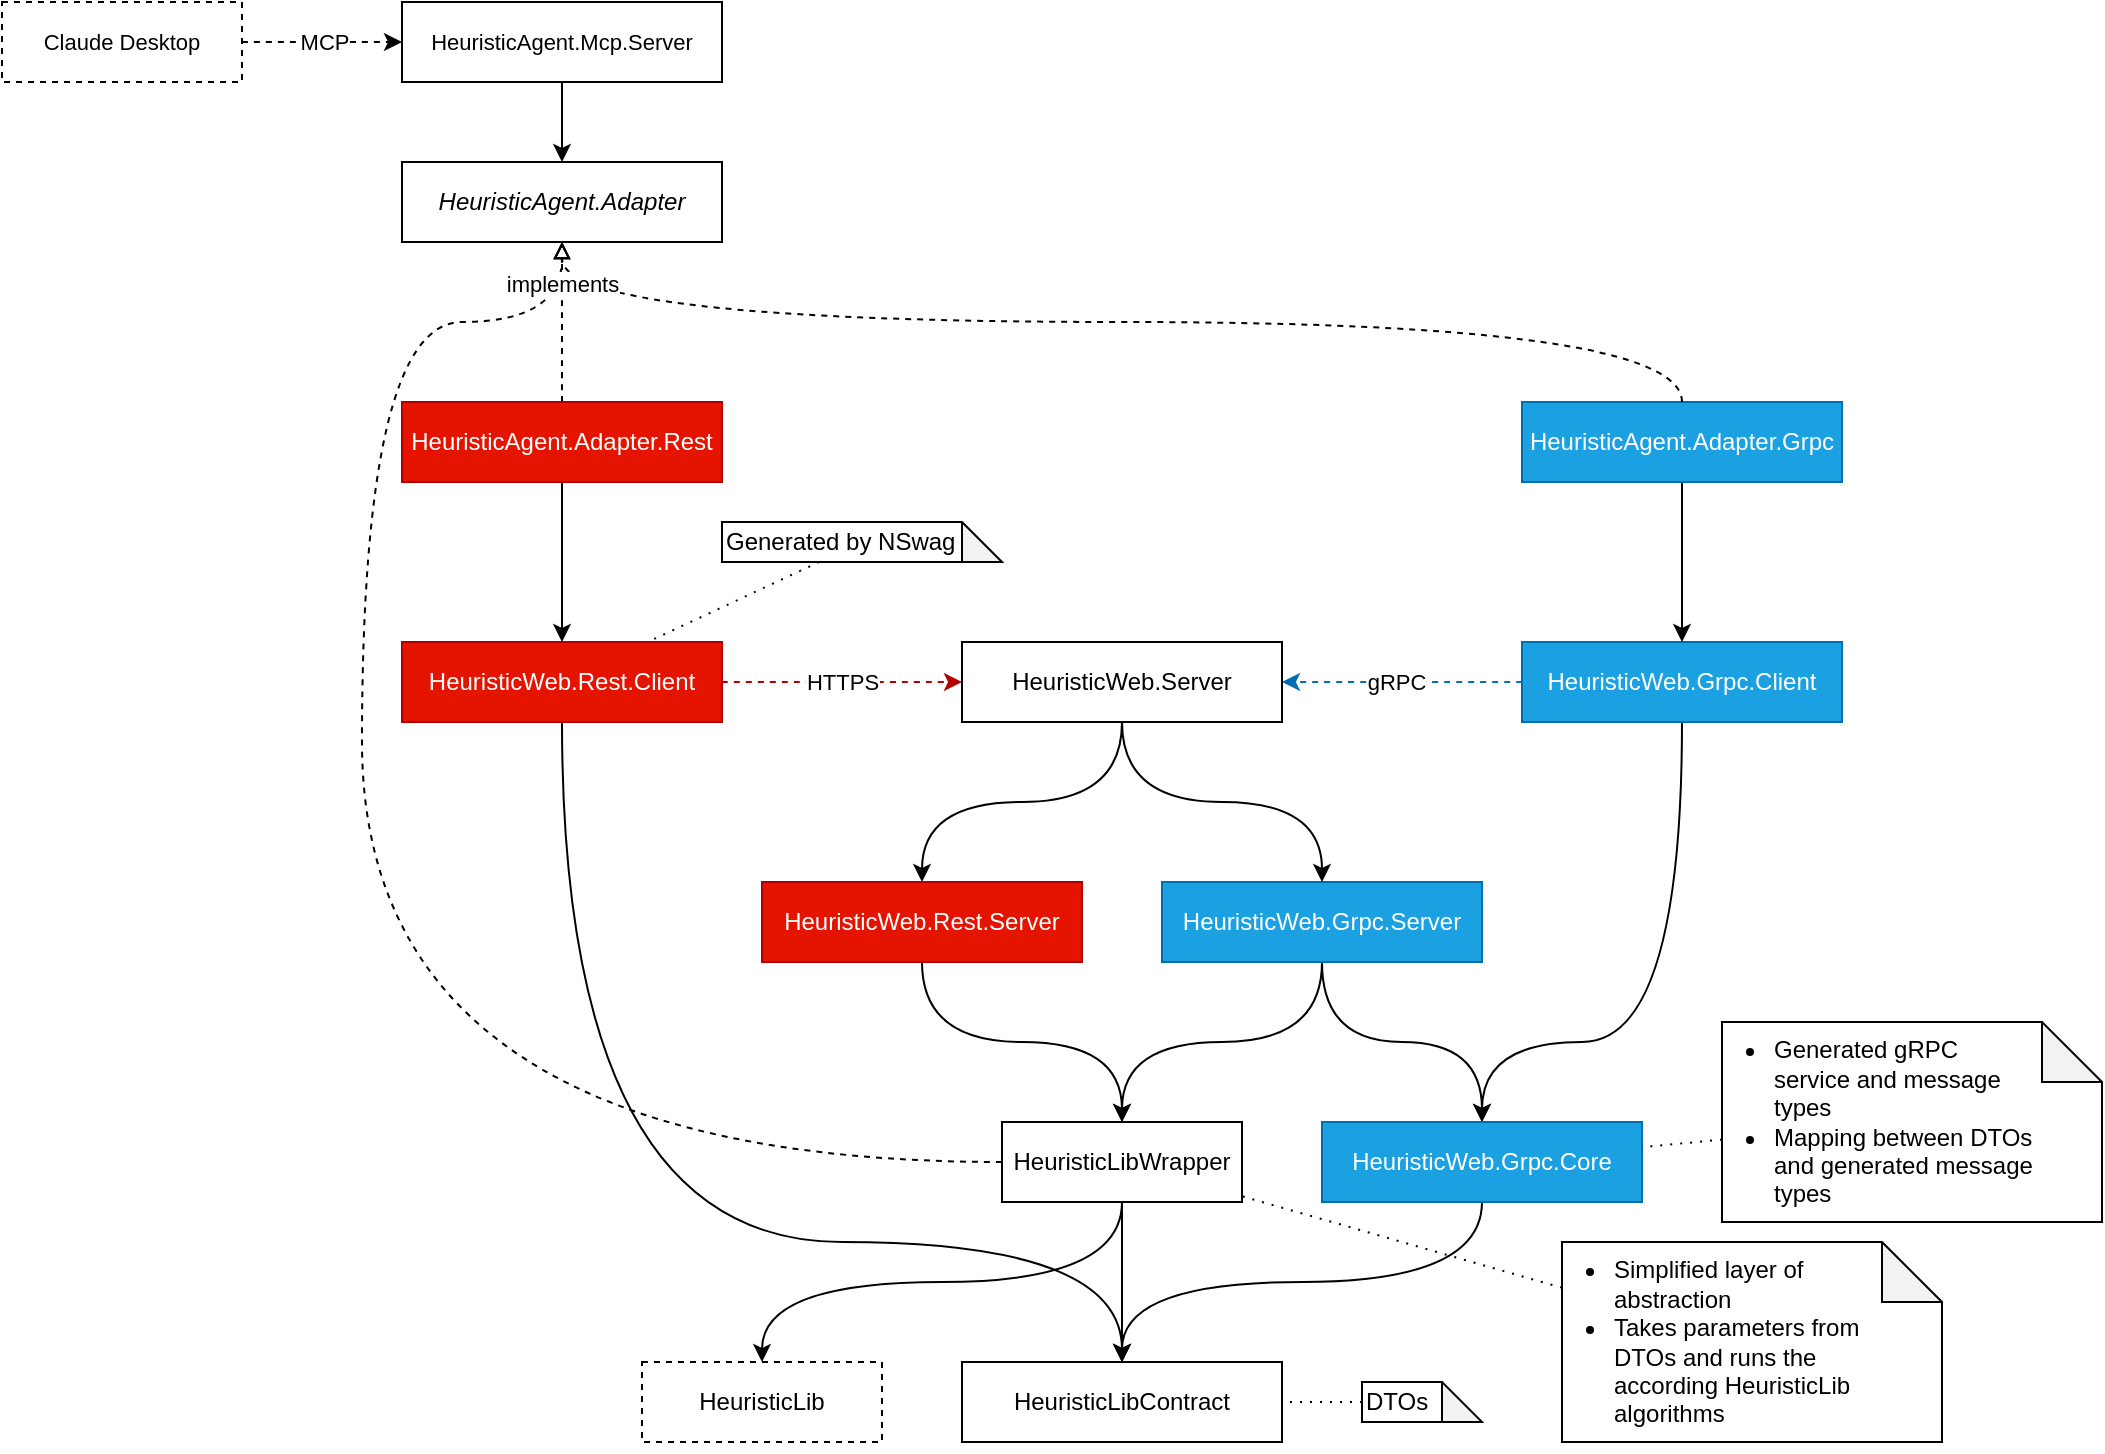
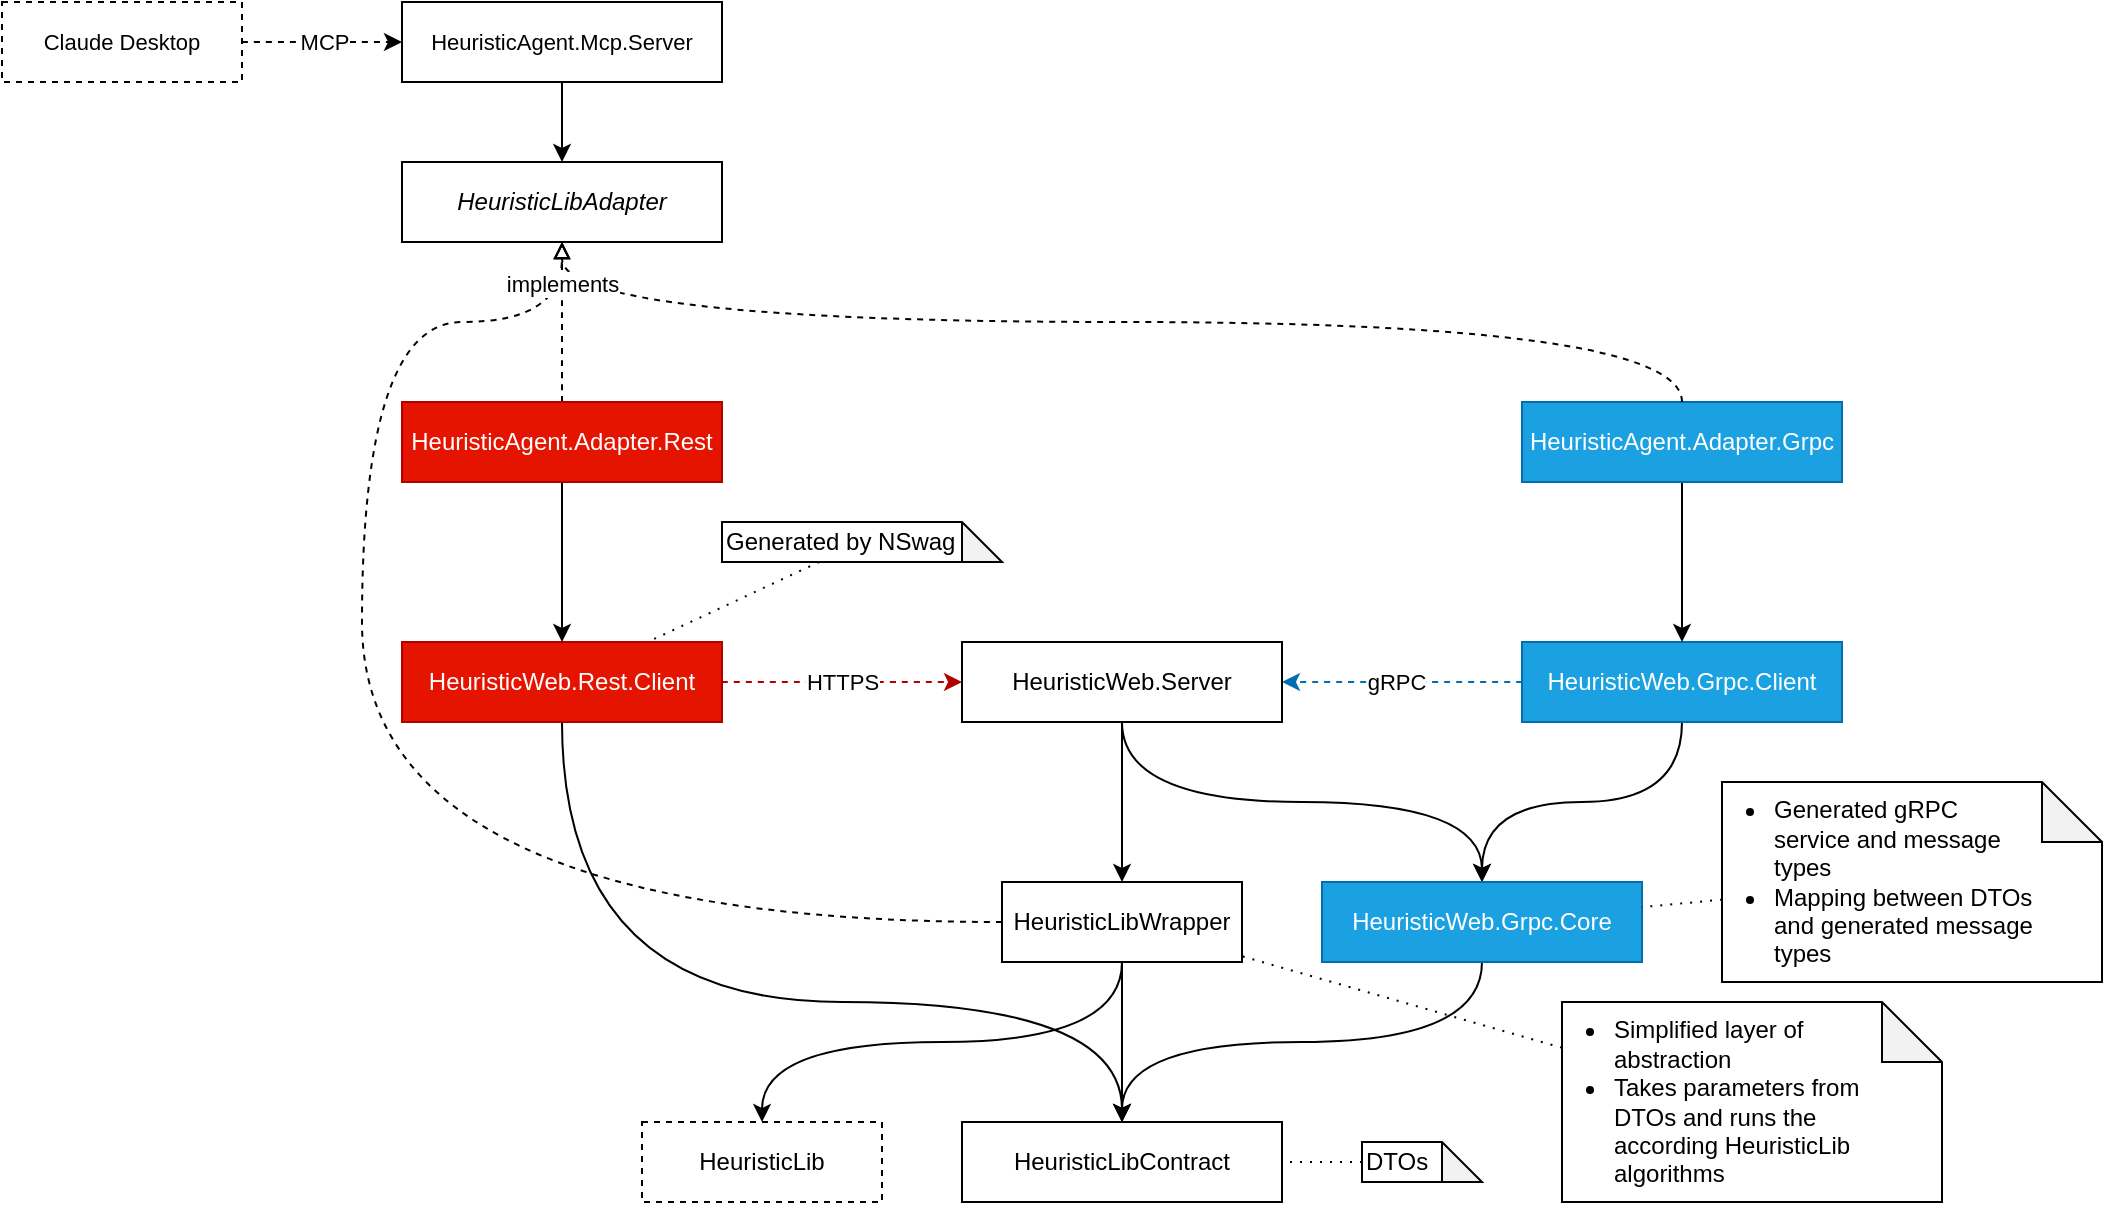
<mxfile host="Electron" agent="Mozilla/5.0 (Windows NT 10.0; Win64; x64) AppleWebKit/537.36 (KHTML, like Gecko) draw.io/29.6.6 Chrome/144.0.7559.236 Electron/40.8.4 Safari/537.36">
  <diagram name="Page-1" id="JLSE3i9ljjVaqQMjvNYt">
-     <mxGraphModel dx="1928" dy="1143" grid="1" gridSize="10" guides="1" tooltips="1" connect="1" arrows="1" fold="1" page="1" pageScale="1" pageWidth="827" pageHeight="1169" math="0" shadow="0">
+     <mxGraphModel dx="1623" dy="962" grid="1" gridSize="10" guides="1" tooltips="1" connect="1" arrows="1" fold="1" page="1" pageScale="1" pageWidth="827" pageHeight="1169" math="0" shadow="0">
      <root>
        <mxCell id="0" />
        <mxCell id="1" parent="0" />
        <mxCell id="U6VQVOgnXjNktFXU_cLZ-6" edge="1" parent="1" source="nvZTl8ImIJQlS8uFXL_u-32" style="edgeStyle=orthogonalEdgeStyle;rounded=0;orthogonalLoop=1;jettySize=auto;html=1;curved=1;exitX=0.5;exitY=1;exitDx=0;exitDy=0;entryX=0.5;entryY=0;entryDx=0;entryDy=0;" target="nvZTl8ImIJQlS8uFXL_u-36">
          <mxGeometry relative="1" as="geometry" />
        </mxCell>
        <mxCell id="U6VQVOgnXjNktFXU_cLZ-65" edge="1" parent="1" source="nvZTl8ImIJQlS8uFXL_u-32" style="edgeStyle=orthogonalEdgeStyle;shape=connector;curved=1;rounded=0;orthogonalLoop=1;jettySize=auto;html=1;exitX=0.5;exitY=1;exitDx=0;exitDy=0;entryX=0.5;entryY=0;entryDx=0;entryDy=0;strokeColor=default;align=center;verticalAlign=middle;fontFamily=Helvetica;fontSize=11;fontColor=default;labelBackgroundColor=default;endArrow=classic;" target="nvZTl8ImIJQlS8uFXL_u-33">
          <mxGeometry relative="1" as="geometry" />
        </mxCell>
        <mxCell id="nvZTl8ImIJQlS8uFXL_u-32" parent="1" style="rounded=0;whiteSpace=wrap;html=1;fillColor=default;" value="HeuristicLibWrapper" vertex="1">
-           <mxGeometry height="40" width="120" x="540" y="600" as="geometry" />
+           <mxGeometry height="40" width="120" x="540" y="480" as="geometry" />
        </mxCell>
        <mxCell id="oGgYLiFTZUMsgBvUWQYo-2" edge="1" parent="1" source="nvZTl8ImIJQlS8uFXL_u-32" style="edgeStyle=orthogonalEdgeStyle;shape=connector;curved=1;rounded=0;orthogonalLoop=1;jettySize=auto;html=1;exitX=0;exitY=0.5;exitDx=0;exitDy=0;entryX=0.5;entryY=1;entryDx=0;entryDy=0;dashed=1;strokeColor=default;align=center;verticalAlign=middle;fontFamily=Helvetica;fontSize=11;fontColor=default;labelBackgroundColor=default;endArrow=block;endFill=0;" target="U6VQVOgnXjNktFXU_cLZ-27">
          <mxGeometry relative="1" as="geometry">
            <Array as="points">
-               <mxPoint x="220" y="620" />
+               <mxPoint x="220" y="500" />
              <mxPoint x="220" y="200" />
              <mxPoint x="320" y="200" />
            </Array>
          </mxGeometry>
        </mxCell>
        <mxCell id="nvZTl8ImIJQlS8uFXL_u-33" parent="1" style="rounded=0;whiteSpace=wrap;html=1;fillColor=default;dashed=1;" value="HeuristicLib" vertex="1">
-           <mxGeometry height="40" width="120" x="360" y="720" as="geometry" />
+           <mxGeometry height="40" width="120" x="360" y="600" as="geometry" />
        </mxCell>
        <mxCell id="nvZTl8ImIJQlS8uFXL_u-36" parent="1" style="rounded=0;whiteSpace=wrap;html=1;fillColor=default;" value="HeuristicLibContract" vertex="1">
-           <mxGeometry height="40" width="160" x="520" y="720" as="geometry" />
+           <mxGeometry height="40" width="160" x="520" y="600" as="geometry" />
        </mxCell>
        <mxCell id="U6VQVOgnXjNktFXU_cLZ-60" edge="1" parent="1" source="nvZTl8ImIJQlS8uFXL_u-40" style="edgeStyle=orthogonalEdgeStyle;shape=connector;curved=1;rounded=0;orthogonalLoop=1;jettySize=auto;html=1;dashed=1;strokeColor=#006EAF;align=center;verticalAlign=middle;fontFamily=Helvetica;fontSize=11;fontColor=default;labelBackgroundColor=default;endArrow=classic;endFill=1;fillColor=#1ba1e2;" target="U6VQVOgnXjNktFXU_cLZ-14">
          <mxGeometry relative="1" as="geometry" />
        </mxCell>
        <mxCell id="U6VQVOgnXjNktFXU_cLZ-61" connectable="0" parent="U6VQVOgnXjNktFXU_cLZ-60" style="edgeLabel;html=1;align=center;verticalAlign=middle;resizable=0;points=[];fontFamily=Helvetica;fontSize=11;fontColor=default;labelBackgroundColor=default;" value="gRPC" vertex="1">
          <mxGeometry relative="1" x="0.0071" as="geometry">
            <mxPoint x="-3" as="offset" />
          </mxGeometry>
        </mxCell>
-         <mxCell id="U6VQVOgnXjNktFXU_cLZ-70" edge="1" parent="1" source="nvZTl8ImIJQlS8uFXL_u-40" style="edgeStyle=orthogonalEdgeStyle;shape=connector;curved=1;rounded=0;orthogonalLoop=1;jettySize=auto;html=1;exitX=0.5;exitY=1;exitDx=0;exitDy=0;entryX=0.5;entryY=0;entryDx=0;entryDy=0;strokeColor=default;align=center;verticalAlign=middle;fontFamily=Helvetica;fontSize=11;fontColor=default;labelBackgroundColor=default;endArrow=classic;" target="U6VQVOgnXjNktFXU_cLZ-2">
-           <mxGeometry relative="1" as="geometry">
-             <Array as="points">
-               <mxPoint x="880" y="560" />
-               <mxPoint x="780" y="560" />
-             </Array>
-           </mxGeometry>
+         <mxCell id="oGgYLiFTZUMsgBvUWQYo-3" edge="1" parent="1" source="nvZTl8ImIJQlS8uFXL_u-40" style="edgeStyle=orthogonalEdgeStyle;shape=connector;curved=1;rounded=0;orthogonalLoop=1;jettySize=auto;html=1;exitX=0.5;exitY=1;exitDx=0;exitDy=0;entryX=0.5;entryY=0;entryDx=0;entryDy=0;strokeColor=default;align=center;verticalAlign=middle;fontFamily=Helvetica;fontSize=11;fontColor=default;labelBackgroundColor=default;endArrow=classic;" target="U6VQVOgnXjNktFXU_cLZ-2">
+           <mxGeometry relative="1" as="geometry" />
        </mxCell>
        <mxCell id="nvZTl8ImIJQlS8uFXL_u-40" parent="1" style="rounded=0;whiteSpace=wrap;html=1;fillColor=#1ba1e2;fontColor=#ffffff;strokeColor=#006EAF;" value="HeuristicWeb.Grpc.Client" vertex="1">
          <mxGeometry height="40" width="160" x="800" y="360" as="geometry" />
        </mxCell>
-         <mxCell id="U6VQVOgnXjNktFXU_cLZ-4" edge="1" parent="1" source="U6VQVOgnXjNktFXU_cLZ-1" style="edgeStyle=orthogonalEdgeStyle;rounded=0;orthogonalLoop=1;jettySize=auto;html=1;curved=1;entryX=0.5;entryY=0;entryDx=0;entryDy=0;exitX=0.5;exitY=1;exitDx=0;exitDy=0;" target="U6VQVOgnXjNktFXU_cLZ-2">
-           <mxGeometry relative="1" as="geometry" />
-         </mxCell>
-         <mxCell id="U6VQVOgnXjNktFXU_cLZ-13" edge="1" parent="1" source="U6VQVOgnXjNktFXU_cLZ-1" style="edgeStyle=orthogonalEdgeStyle;rounded=0;orthogonalLoop=1;jettySize=auto;html=1;curved=1;exitX=0.5;exitY=1;exitDx=0;exitDy=0;entryX=0.5;entryY=0;entryDx=0;entryDy=0;" target="nvZTl8ImIJQlS8uFXL_u-32">
-           <mxGeometry relative="1" as="geometry" />
-         </mxCell>
-         <mxCell id="U6VQVOgnXjNktFXU_cLZ-1" parent="1" style="rounded=0;whiteSpace=wrap;html=1;fillColor=#1ba1e2;fontColor=#ffffff;strokeColor=#006EAF;" value="HeuristicWeb.Grpc.Server" vertex="1">
-           <mxGeometry height="40" width="160" x="620" y="480" as="geometry" />
+         <mxCell id="U6VQVOgnXjNktFXU_cLZ-4" edge="1" parent="1" source="U6VQVOgnXjNktFXU_cLZ-14" style="edgeStyle=orthogonalEdgeStyle;rounded=0;orthogonalLoop=1;jettySize=auto;html=1;curved=1;entryX=0.5;entryY=0;entryDx=0;entryDy=0;exitX=0.5;exitY=1;exitDx=0;exitDy=0;" target="U6VQVOgnXjNktFXU_cLZ-2">
+           <mxGeometry relative="1" as="geometry">
+             <mxPoint x="700" y="520" as="sourcePoint" />
+           </mxGeometry>
        </mxCell>
        <mxCell id="U6VQVOgnXjNktFXU_cLZ-3" edge="1" parent="1" source="U6VQVOgnXjNktFXU_cLZ-2" style="edgeStyle=orthogonalEdgeStyle;rounded=0;orthogonalLoop=1;jettySize=auto;html=1;curved=1;exitX=0.5;exitY=1;exitDx=0;exitDy=0;entryX=0.5;entryY=0;entryDx=0;entryDy=0;" target="nvZTl8ImIJQlS8uFXL_u-36">
          <mxGeometry relative="1" as="geometry" />
        </mxCell>
        <mxCell id="U6VQVOgnXjNktFXU_cLZ-2" parent="1" style="rounded=0;whiteSpace=wrap;html=1;fillColor=#1ba1e2;fontColor=#ffffff;strokeColor=#006EAF;" value="HeuristicWeb.Grpc.Core" vertex="1">
-           <mxGeometry height="40" width="160" x="700" y="600" as="geometry" />
+           <mxGeometry height="40" width="160" x="700" y="480" as="geometry" />
        </mxCell>
        <mxCell id="U6VQVOgnXjNktFXU_cLZ-8" edge="1" parent="1" source="U6VQVOgnXjNktFXU_cLZ-7" style="rounded=0;orthogonalLoop=1;jettySize=auto;html=1;endArrow=none;endFill=0;dashed=1;dashPattern=1 4;" target="U6VQVOgnXjNktFXU_cLZ-2">
          <mxGeometry relative="1" as="geometry" />
        </mxCell>
        <mxCell id="U6VQVOgnXjNktFXU_cLZ-7" parent="1" style="shape=note;whiteSpace=wrap;html=1;backgroundOutline=1;darkOpacity=0.05;align=left;spacingLeft=-16;spacingRight=32;" value="&lt;ul&gt;&lt;li&gt;Generated gRPC service and message types&lt;/li&gt;&lt;li&gt;Mapping between DTOs and generated message types&lt;/li&gt;&lt;/ul&gt;" vertex="1">
-           <mxGeometry height="100" width="190" x="900" y="550" as="geometry" />
+           <mxGeometry height="100" width="190" x="900" y="430" as="geometry" />
        </mxCell>
        <mxCell id="U6VQVOgnXjNktFXU_cLZ-10" edge="1" parent="1" source="U6VQVOgnXjNktFXU_cLZ-9" style="rounded=0;orthogonalLoop=1;jettySize=auto;html=1;endArrow=none;endFill=0;dashed=1;dashPattern=1 4;" target="nvZTl8ImIJQlS8uFXL_u-36">
          <mxGeometry relative="1" as="geometry" />
        </mxCell>
        <mxCell id="U6VQVOgnXjNktFXU_cLZ-9" parent="1" style="shape=note;whiteSpace=wrap;html=1;backgroundOutline=1;darkOpacity=0.05;align=left;" value="DTOs" vertex="1">
-           <mxGeometry height="20" width="60" x="720" y="730" as="geometry" />
+           <mxGeometry height="20" width="60" x="720" y="610" as="geometry" />
        </mxCell>
        <mxCell id="U6VQVOgnXjNktFXU_cLZ-12" edge="1" parent="1" source="U6VQVOgnXjNktFXU_cLZ-11" style="rounded=0;orthogonalLoop=1;jettySize=auto;html=1;dashed=1;endArrow=none;endFill=0;dashPattern=1 4;" target="nvZTl8ImIJQlS8uFXL_u-32">
          <mxGeometry relative="1" as="geometry" />
        </mxCell>
        <mxCell id="U6VQVOgnXjNktFXU_cLZ-11" parent="1" style="shape=note;whiteSpace=wrap;html=1;backgroundOutline=1;darkOpacity=0.05;align=left;spacingRight=32;spacingLeft=-16;" value="&lt;ul&gt;&lt;li&gt;Simplified layer of abstraction&lt;/li&gt;&lt;li&gt;Takes parameters from DTOs and runs the according HeuristicLib algorithms&lt;/li&gt;&lt;/ul&gt;" vertex="1">
-           <mxGeometry height="100" width="190" x="820" y="660" as="geometry" />
+           <mxGeometry height="100" width="190" x="820" y="540" as="geometry" />
        </mxCell>
-         <mxCell id="U6VQVOgnXjNktFXU_cLZ-17" edge="1" parent="1" source="U6VQVOgnXjNktFXU_cLZ-14" style="edgeStyle=orthogonalEdgeStyle;shape=connector;curved=1;rounded=0;orthogonalLoop=1;jettySize=auto;html=1;strokeColor=default;align=center;verticalAlign=middle;fontFamily=Helvetica;fontSize=11;fontColor=default;labelBackgroundColor=default;endArrow=classic;exitX=0.5;exitY=1;exitDx=0;exitDy=0;entryX=0.5;entryY=0;entryDx=0;entryDy=0;" target="U6VQVOgnXjNktFXU_cLZ-15">
-           <mxGeometry relative="1" as="geometry" />
-         </mxCell>
-         <mxCell id="U6VQVOgnXjNktFXU_cLZ-20" edge="1" parent="1" source="U6VQVOgnXjNktFXU_cLZ-14" style="edgeStyle=orthogonalEdgeStyle;shape=connector;curved=1;rounded=0;orthogonalLoop=1;jettySize=auto;html=1;exitX=0.5;exitY=1;exitDx=0;exitDy=0;entryX=0.5;entryY=0;entryDx=0;entryDy=0;strokeColor=default;align=center;verticalAlign=middle;fontFamily=Helvetica;fontSize=11;fontColor=default;labelBackgroundColor=default;endArrow=classic;" target="U6VQVOgnXjNktFXU_cLZ-1">
-           <mxGeometry relative="1" as="geometry" />
+         <mxCell id="U6VQVOgnXjNktFXU_cLZ-17" edge="1" parent="1" source="U6VQVOgnXjNktFXU_cLZ-14" style="edgeStyle=orthogonalEdgeStyle;shape=connector;curved=1;rounded=0;orthogonalLoop=1;jettySize=auto;html=1;strokeColor=default;align=center;verticalAlign=middle;fontFamily=Helvetica;fontSize=11;fontColor=default;labelBackgroundColor=default;endArrow=classic;exitX=0.5;exitY=1;exitDx=0;exitDy=0;entryX=0.5;entryY=0;entryDx=0;entryDy=0;" target="nvZTl8ImIJQlS8uFXL_u-32">
+           <mxGeometry relative="1" as="geometry">
+             <mxPoint x="500" y="480" as="targetPoint" />
+           </mxGeometry>
        </mxCell>
        <mxCell id="U6VQVOgnXjNktFXU_cLZ-14" parent="1" style="rounded=0;whiteSpace=wrap;html=1;fillColor=default;" value="HeuristicWeb.Server" vertex="1">
          <mxGeometry height="40" width="160" x="520" y="360" as="geometry" />
-         </mxCell>
-         <mxCell id="U6VQVOgnXjNktFXU_cLZ-19" edge="1" parent="1" source="U6VQVOgnXjNktFXU_cLZ-15" style="edgeStyle=orthogonalEdgeStyle;shape=connector;curved=1;rounded=0;orthogonalLoop=1;jettySize=auto;html=1;exitX=0.5;exitY=1;exitDx=0;exitDy=0;entryX=0.5;entryY=0;entryDx=0;entryDy=0;strokeColor=default;align=center;verticalAlign=middle;fontFamily=Helvetica;fontSize=11;fontColor=default;labelBackgroundColor=default;endArrow=classic;" target="nvZTl8ImIJQlS8uFXL_u-32">
-           <mxGeometry relative="1" as="geometry" />
-         </mxCell>
-         <mxCell id="U6VQVOgnXjNktFXU_cLZ-15" parent="1" style="rounded=0;whiteSpace=wrap;html=1;fillColor=#e51400;strokeColor=#B20000;fontColor=#ffffff;" value="HeuristicWeb.Rest.Server" vertex="1">
-           <mxGeometry height="40" width="160" x="420" y="480" as="geometry" />
        </mxCell>
        <mxCell id="U6VQVOgnXjNktFXU_cLZ-58" edge="1" parent="1" source="U6VQVOgnXjNktFXU_cLZ-21" style="edgeStyle=orthogonalEdgeStyle;shape=connector;curved=1;rounded=0;orthogonalLoop=1;jettySize=auto;html=1;dashed=1;strokeColor=#B20000;align=center;verticalAlign=middle;fontFamily=Helvetica;fontSize=11;fontColor=default;labelBackgroundColor=default;endArrow=classic;endFill=1;fillColor=#e51400;" target="U6VQVOgnXjNktFXU_cLZ-14">
          <mxGeometry relative="1" as="geometry" />
        </mxCell>
        <mxCell id="U6VQVOgnXjNktFXU_cLZ-62" connectable="0" parent="U6VQVOgnXjNktFXU_cLZ-58" style="edgeLabel;html=1;align=center;verticalAlign=middle;resizable=0;points=[];fontFamily=Helvetica;fontSize=11;fontColor=default;labelBackgroundColor=default;" value="HTTPS" vertex="1">
          <mxGeometry relative="1" x="-0.0016" y="1" as="geometry">
            <mxPoint y="1" as="offset" />
          </mxGeometry>
        </mxCell>
        <mxCell id="vAhXJ6GuvrTu8xZBJLIe-7" edge="1" parent="1" source="U6VQVOgnXjNktFXU_cLZ-21" style="edgeStyle=orthogonalEdgeStyle;shape=connector;curved=1;rounded=0;orthogonalLoop=1;jettySize=auto;html=1;exitX=0.5;exitY=1;exitDx=0;exitDy=0;entryX=0.5;entryY=0;entryDx=0;entryDy=0;strokeColor=default;align=center;verticalAlign=middle;fontFamily=Helvetica;fontSize=11;fontColor=default;labelBackgroundColor=default;endArrow=classic;" target="nvZTl8ImIJQlS8uFXL_u-36">
          <mxGeometry relative="1" as="geometry">
            <Array as="points">
-               <mxPoint x="320" y="660" />
-               <mxPoint x="600" y="660" />
+               <mxPoint x="320" y="540" />
+               <mxPoint x="600" y="540" />
            </Array>
          </mxGeometry>
        </mxCell>
        <mxCell id="U6VQVOgnXjNktFXU_cLZ-21" parent="1" style="rounded=0;whiteSpace=wrap;html=1;fillColor=#e51400;strokeColor=#B20000;fontColor=#ffffff;" value="HeuristicWeb.Rest.Client" vertex="1">
          <mxGeometry height="40" width="160" x="240" y="360" as="geometry" />
        </mxCell>
        <mxCell id="U6VQVOgnXjNktFXU_cLZ-23" edge="1" parent="1" source="U6VQVOgnXjNktFXU_cLZ-22" style="shape=connector;rounded=0;orthogonalLoop=1;jettySize=auto;html=1;strokeColor=default;align=center;verticalAlign=middle;fontFamily=Helvetica;fontSize=11;fontColor=default;labelBackgroundColor=default;endArrow=none;endFill=0;dashed=1;dashPattern=1 4;" target="U6VQVOgnXjNktFXU_cLZ-21">
          <mxGeometry relative="1" as="geometry" />
        </mxCell>
        <mxCell id="U6VQVOgnXjNktFXU_cLZ-22" parent="1" style="shape=note;whiteSpace=wrap;html=1;backgroundOutline=1;darkOpacity=0.05;align=left;" value="&lt;div&gt;Generated by NSwag&lt;/div&gt;" vertex="1">
          <mxGeometry height="20" width="140" x="400" y="300" as="geometry" />
        </mxCell>
        <mxCell id="U6VQVOgnXjNktFXU_cLZ-46" edge="1" parent="1" source="U6VQVOgnXjNktFXU_cLZ-24" style="edgeStyle=orthogonalEdgeStyle;shape=connector;curved=1;rounded=0;orthogonalLoop=1;jettySize=auto;html=1;exitX=0.5;exitY=1;exitDx=0;exitDy=0;entryX=0.5;entryY=0;entryDx=0;entryDy=0;strokeColor=default;align=center;verticalAlign=middle;fontFamily=Helvetica;fontSize=11;fontColor=default;labelBackgroundColor=default;endArrow=classic;" target="U6VQVOgnXjNktFXU_cLZ-27">
          <mxGeometry relative="1" as="geometry" />
        </mxCell>
        <mxCell id="U6VQVOgnXjNktFXU_cLZ-24" parent="1" style="rounded=0;whiteSpace=wrap;html=1;fontFamily=Helvetica;fontSize=11;fontColor=default;labelBackgroundColor=default;" value="HeuristicAgent.Mcp.Server" vertex="1">
          <mxGeometry height="40" width="160" x="240" y="40" as="geometry" />
        </mxCell>
-         <mxCell id="U6VQVOgnXjNktFXU_cLZ-27" parent="1" style="rounded=0;whiteSpace=wrap;html=1;fillColor=default;" value="&lt;i&gt;HeuristicAgent.Adapter&lt;/i&gt;" vertex="1">
+         <mxCell id="U6VQVOgnXjNktFXU_cLZ-27" parent="1" style="rounded=0;whiteSpace=wrap;html=1;fillColor=default;" value="&lt;i&gt;HeuristicLibAdapter&lt;/i&gt;" vertex="1">
          <mxGeometry height="40" width="160" x="240" y="120" as="geometry" />
        </mxCell>
        <mxCell id="U6VQVOgnXjNktFXU_cLZ-36" edge="1" parent="1" source="U6VQVOgnXjNktFXU_cLZ-28" style="edgeStyle=orthogonalEdgeStyle;shape=connector;curved=1;rounded=0;orthogonalLoop=1;jettySize=auto;html=1;exitX=0.5;exitY=0;exitDx=0;exitDy=0;entryX=0.5;entryY=1;entryDx=0;entryDy=0;strokeColor=default;align=center;verticalAlign=middle;fontFamily=Helvetica;fontSize=11;fontColor=default;labelBackgroundColor=default;endArrow=block;endFill=0;dashed=1;" target="U6VQVOgnXjNktFXU_cLZ-27">
          <mxGeometry relative="1" as="geometry" />
        </mxCell>
        <mxCell id="U6VQVOgnXjNktFXU_cLZ-42" edge="1" parent="1" source="U6VQVOgnXjNktFXU_cLZ-28" style="edgeStyle=orthogonalEdgeStyle;shape=connector;curved=1;rounded=0;orthogonalLoop=1;jettySize=auto;html=1;exitX=0.5;exitY=1;exitDx=0;exitDy=0;entryX=0.5;entryY=0;entryDx=0;entryDy=0;strokeColor=default;align=center;verticalAlign=middle;fontFamily=Helvetica;fontSize=11;fontColor=default;labelBackgroundColor=default;endArrow=classic;" target="U6VQVOgnXjNktFXU_cLZ-21">
          <mxGeometry relative="1" as="geometry" />
        </mxCell>
        <mxCell id="U6VQVOgnXjNktFXU_cLZ-28" parent="1" style="rounded=0;whiteSpace=wrap;html=1;fillColor=#e51400;strokeColor=#B20000;fontColor=#ffffff;" value="HeuristicAgent.Adapter.Rest" vertex="1">
          <mxGeometry height="40" width="160" x="240" y="240" as="geometry" />
        </mxCell>
        <mxCell id="U6VQVOgnXjNktFXU_cLZ-44" edge="1" parent="1" source="U6VQVOgnXjNktFXU_cLZ-30" style="edgeStyle=orthogonalEdgeStyle;shape=connector;curved=1;rounded=0;orthogonalLoop=1;jettySize=auto;html=1;exitX=0.5;exitY=1;exitDx=0;exitDy=0;entryX=0.5;entryY=0;entryDx=0;entryDy=0;strokeColor=default;align=center;verticalAlign=middle;fontFamily=Helvetica;fontSize=11;fontColor=default;labelBackgroundColor=default;endArrow=classic;" target="nvZTl8ImIJQlS8uFXL_u-40">
          <mxGeometry relative="1" as="geometry" />
        </mxCell>
        <mxCell id="U6VQVOgnXjNktFXU_cLZ-30" parent="1" style="rounded=0;whiteSpace=wrap;html=1;fillColor=#1ba1e2;fontColor=#ffffff;strokeColor=#006EAF;" value="HeuristicAgent.Adapter.Grpc" vertex="1">
          <mxGeometry height="40" width="160" x="800" y="240" as="geometry" />
        </mxCell>
        <mxCell id="U6VQVOgnXjNktFXU_cLZ-40" edge="1" parent="1" source="U6VQVOgnXjNktFXU_cLZ-30" style="edgeStyle=orthogonalEdgeStyle;shape=connector;curved=1;rounded=0;orthogonalLoop=1;jettySize=auto;html=1;exitX=0.5;exitY=0;exitDx=0;exitDy=0;entryX=0.5;entryY=1;entryDx=0;entryDy=0;strokeColor=default;align=center;verticalAlign=middle;fontFamily=Helvetica;fontSize=11;fontColor=default;labelBackgroundColor=default;endArrow=block;endFill=0;dashed=1;" target="U6VQVOgnXjNktFXU_cLZ-27">
          <mxGeometry relative="1" as="geometry">
            <mxPoint x="270.03999999999996" y="350" as="sourcePoint" />
            <mxPoint x="470.03999999999996" y="230" as="targetPoint" />
          </mxGeometry>
        </mxCell>
        <mxCell id="U6VQVOgnXjNktFXU_cLZ-72" connectable="0" parent="U6VQVOgnXjNktFXU_cLZ-40" style="edgeLabel;html=1;align=center;verticalAlign=middle;resizable=0;points=[];fontFamily=Helvetica;fontSize=11;fontColor=default;labelBackgroundColor=default;" value="implements" vertex="1">
          <mxGeometry relative="1" x="0.9349" y="-14" as="geometry">
            <mxPoint x="-14" as="offset" />
          </mxGeometry>
        </mxCell>
        <mxCell id="U6VQVOgnXjNktFXU_cLZ-51" edge="1" parent="1" source="U6VQVOgnXjNktFXU_cLZ-47" style="edgeStyle=orthogonalEdgeStyle;shape=connector;curved=1;rounded=0;orthogonalLoop=1;jettySize=auto;html=1;strokeColor=default;align=center;verticalAlign=middle;fontFamily=Helvetica;fontSize=11;fontColor=default;labelBackgroundColor=default;endArrow=classic;endFill=1;dashed=1;" target="U6VQVOgnXjNktFXU_cLZ-24">
          <mxGeometry relative="1" as="geometry" />
        </mxCell>
        <mxCell id="U6VQVOgnXjNktFXU_cLZ-52" connectable="0" parent="U6VQVOgnXjNktFXU_cLZ-51" style="edgeLabel;html=1;align=center;verticalAlign=middle;resizable=0;points=[];fontFamily=Helvetica;fontSize=11;fontColor=default;labelBackgroundColor=default;" value="MCP" vertex="1">
          <mxGeometry relative="1" x="0.01" as="geometry">
            <mxPoint as="offset" />
          </mxGeometry>
        </mxCell>
        <mxCell id="U6VQVOgnXjNktFXU_cLZ-47" parent="1" style="rounded=0;whiteSpace=wrap;html=1;fontFamily=Helvetica;fontSize=11;fontColor=default;labelBackgroundColor=default;dashed=1;" value="Claude Desktop" vertex="1">
          <mxGeometry height="40" width="120" x="40" y="40" as="geometry" />
        </mxCell>
      </root>
    </mxGraphModel>
  </diagram>
</mxfile>
